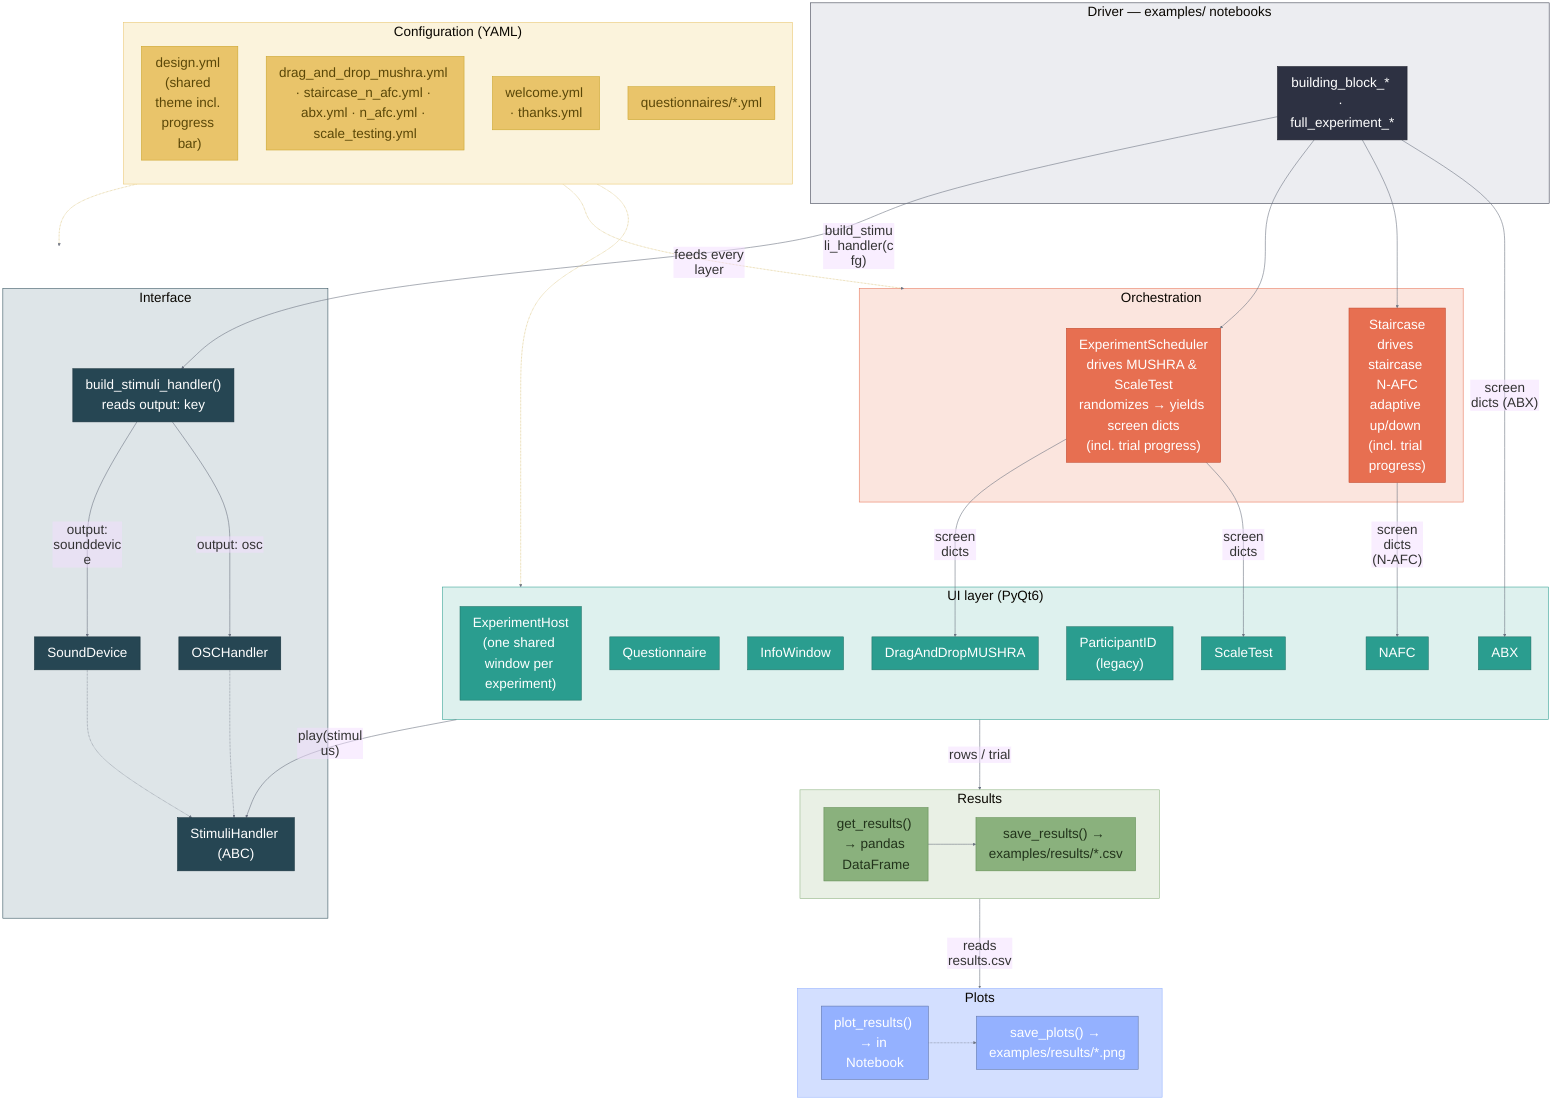
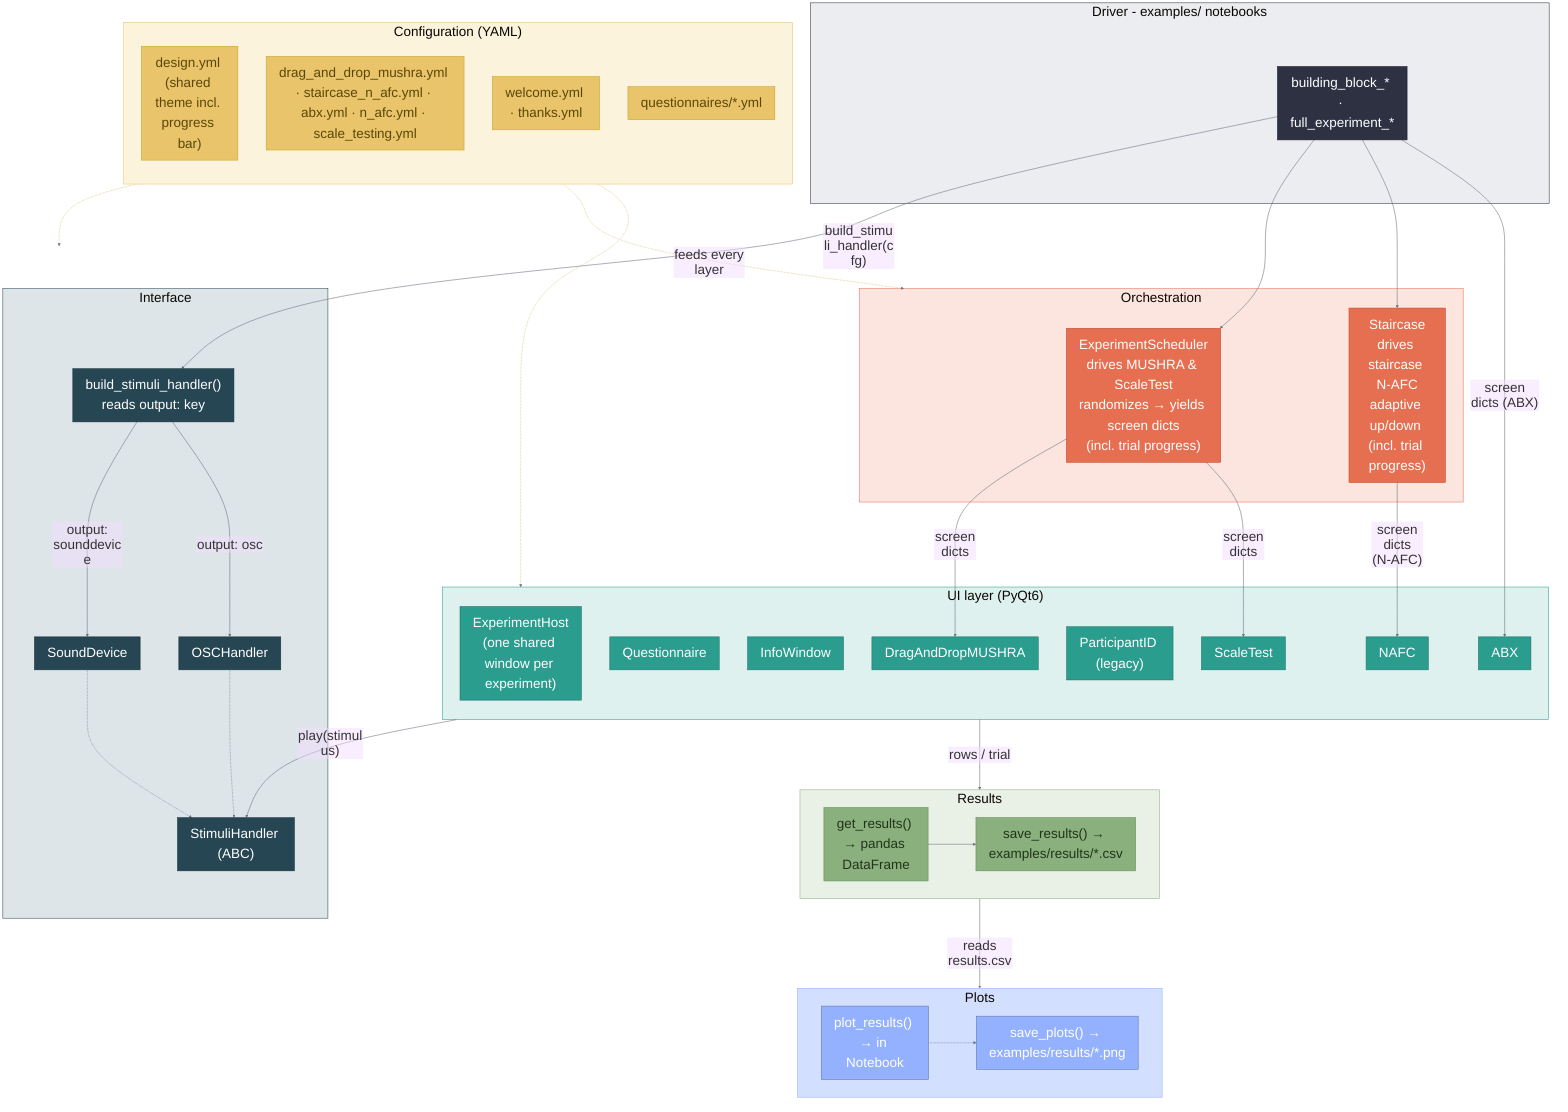
- %% whispy architecture — paste into https://mermaid.live to export PNG/SVG
+ %% whispy architecture - paste into https://mermaid.live to export PNG/SVG
%%{init: {"theme":"base","fontFamily":"Arial","themeVariables":{"fontFamily":"Arial","fontSize":"38px","lineColor":"#6b7280"},"flowchart":{"curve":"basis","nodeSpacing":80,"rankSpacing":110,"padding":18,"htmlLabels":false,"useMaxWidth":true}}}%%

flowchart TB
-     subgraph DRV["Driver — examples/ notebooks"]
+     subgraph DRV["Driver - examples/ notebooks"]
        NB["building_block_*  ·  full_experiment_*"]
    end

    subgraph CFG["Configuration (YAML)"]
        direction TB
        C1["design.yml (shared theme incl. progress bar)"]
        C2["drag_and_drop_mushra.yml · staircase_n_afc.yml · abx.yml · n_afc.yml · scale_testing.yml"]
        C3["welcome.yml · thanks.yml"]
        C4["questionnaires/*.yml"]
    end

    subgraph ORCH["Orchestration"]
        SCH["ExperimentScheduler<br/>drives MUSHRA & ScaleTest<br/>randomizes → yields screen dicts<br/>(incl. trial progress)"]
        STC["Staircase<br/>drives staircase N-AFC<br/>adaptive up/down (incl. trial progress)"]
    end

    subgraph UI["UI layer (PyQt6)"]
        EH["ExperimentHost<br/>(one shared window per experiment)"]
        QU["Questionnaire"]
        IN["InfoWindow"]
        MU["DragAndDropMUSHRA"]
        PI["ParticipantID (legacy)"]
        NA["NAFC"]
        AB["ABX"]
        ST["ScaleTest"]
    end

    subgraph AUD["Interface"]
        FAC["build_stimuli_handler()<br/>reads output: key"]
        SH["StimuliHandler (ABC)"]
        SD["SoundDevice"]
        OSC["OSCHandler"]
    end

    subgraph RES["Results"]
        direction LR
        GR["get_results() → pandas DataFrame"]
        SR["save_results() → examples/results/*.csv"]
    end

    subgraph PLT["Plots"]
        direction LR
        PL["plot_results() → in Notebook"]
        SP["save_plots() → examples/results/*.png"]
    end


    NB -->|"build_stimuli_handler(cfg)"| FAC
    NB --> SCH
    NB --> STC
    NB -->|"screen dicts (ABX)"| AB

    SCH -->|"screen dicts"| MU
    SCH -->|"screen dicts"| ST
    STC -->|"screen dicts (N-AFC)"| NA
    FAC -->|"output: sounddevice"| SD
    FAC -->|"output: osc"| OSC
    SD -.-> SH
    OSC -.-> SH
    UI -->|"play(stimulus)"| SH
    UI -->|"rows / trial"| GR
    GR --> SR

    SR -->|"reads results.csv"| PL
    PL -.-> SP

    CFG -.-> AUD
    CFG -. feeds every layer .-> ORCH
    CFG -.-> UI


    classDef cfg fill:#E9C46A,stroke:#C9A227,stroke-width:1.5px,color:#5a4708;
    classDef orch fill:#E76F51,stroke:#c0492f,stroke-width:1.5px,color:#fff;
    classDef ui fill:#2A9D8F,stroke:#1f6f64,stroke-width:1.5px,color:#fff;
    classDef aud fill:#264653,stroke:#16303a,stroke-width:1.5px,color:#fff;
    classDef res fill:#8AB17D,stroke:#5e8a4f,stroke-width:1.5px,color:#22331b;
    classDef drv fill:#2D3142,stroke:#1b1d28,stroke-width:1.5px,color:#fff;
    classDef plt fill:#94b1ff,stroke:#5E72A3,stroke-width:1.5px,color:#fff;

    class C1,C2,C3,C4 cfg;
    class SCH,STC orch;
    class MU,NA,AB,ST,QU,IN,PI,EH ui;
    class SH,SD,FAC,OSC aud;
    class GR,SR res;
    class NB drv;
-     class PL,SP, plt;
+     class PL,SP plt;

    %% soft per-cluster background tints (a light wash of each group's colour)
    style DRV fill:#ECEDF1,stroke:#2D3142,stroke-width:1.5px,color:#2D3142;
    style CFG fill:#FBF3DC,stroke:#E9C46A,stroke-width:1.5px,color:#5a4708;
    style ORCH fill:#FBE5DE,stroke:#E76F51,stroke-width:1.5px,color:#7a2e1c;
    style UI fill:#DEF1EE,stroke:#2A9D8F,stroke-width:1.5px,color:#1f6f64;
    style AUD fill:#DEE5E8,stroke:#264653,stroke-width:1.5px,color:#264653;
    style RES fill:#E9F0E5,stroke:#8AB17D,stroke-width:1.5px,color:#3f5a33;
    style PLT fill:#D3DFFF,stroke:#94b1ff,stroke-width:1.5px,color:#94b1ff;


    %% edges: data flow in grey, the dotted config feeds in soft gold
    linkStyle default stroke:#6b7280,stroke-width:1.6px;
    linkStyle 16,17,18 stroke:#caa83f,stroke-width:1.4px;
